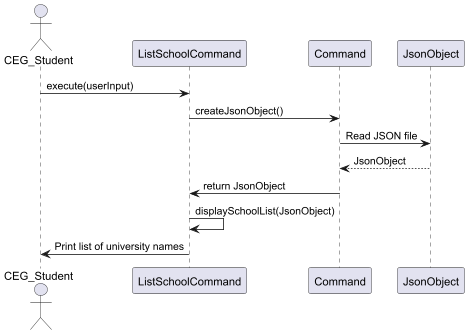
nus-cs2113-AY2425S1/tp keeps this PlantUML diagram as uml-images/ListSchoolsCommand.png. Above is the earlier version.
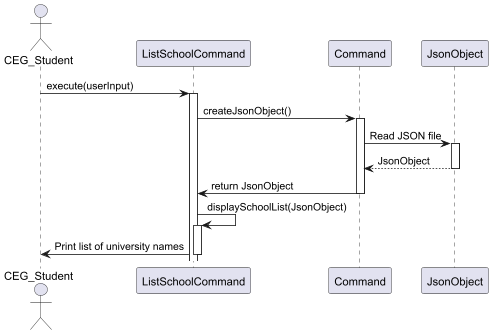
After the change.

Commit message:
Update final photo for UML diagram to include activation bars

Change to the diagram source:
```diff
@@ -5,10 +5,23 @@
 participant JsonObject
 
 CEG_Student -> ListSchoolCommand: execute(userInput)
+activate ListSchoolCommand
+
 ListSchoolCommand -> Command: createJsonObject()
+activate Command
+
 Command -> JsonObject: Read JSON file
+activate JsonObject
+
 JsonObject --> Command: JsonObject
+deactivate JsonObject
+
 Command -> ListSchoolCommand: return JsonObject
+deactivate Command
+
 ListSchoolCommand -> ListSchoolCommand: displaySchoolList(JsonObject)
+activate ListSchoolCommand
+
 ListSchoolCommand -> CEG_Student: Print list of university names
+deactivate ListSchoolCommand
 @enduml
```
